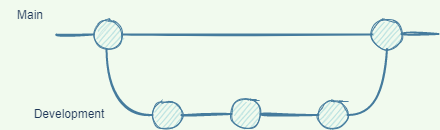
Before: images/git_workflow_diagram.png, a diagram exported from draw.io (gigibirdy/python_spark). Source tidied: cells renumbered, new cells last; positions are measured from the earlier drawing's top-left corner, leaving out a move shared by most shapes.
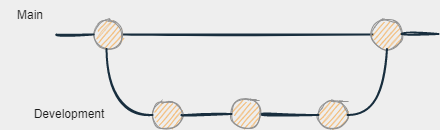
Above is the later version.

Diff of the diagram source:
```diff
@@ -1,44 +1,44 @@
-<mxGraphModel background="#F1FAEE">
+<mxGraphModel background="#EEEEEE">
   <root>
     <mxCell id="0" />
     <mxCell id="1" parent="0" />
-    <mxCell id="2" style="endArrow=none;html=1;rounded=0;strokeColor=#457B9D;startArrow=none;strokeWidth=2;labelBackgroundColor=#F1FAEE;fontColor=#1D3557;sketch=1;curved=1;entryX=0;entryY=0.5;entryDx=0;entryDy=0;" parent="1" edge="1" source="3" target="7">
+    <mxCell id="2" style="endArrow=none;html=1;rounded=0;strokeColor=#182E3E;startArrow=none;strokeWidth=2;labelBackgroundColor=#EEEEEE;fontColor=#1A1A1A;sketch=1;curved=1;entryX=0;entryY=0.5;entryDx=0;entryDy=0;" parent="1" edge="1" source="3" target="7">
       <mxGeometry relative="1" as="geometry" />
     </mxCell>
-    <mxCell id="3" style="ellipse;whiteSpace=wrap;html=1;fillColor=#A8DADC;strokeColor=#457B9D;fontColor=#1D3557;rounded=0;sketch=1;" parent="1" vertex="1">
+    <mxCell id="3" style="ellipse;whiteSpace=wrap;html=1;fillColor=#F5AB50;strokeColor=#909090;fontColor=#1A1A1A;rounded=0;sketch=1;" parent="1" vertex="1">
       <mxGeometry x="93" y="19.5" width="29" height="29" as="geometry" />
     </mxCell>
-    <mxCell id="4" style="endArrow=none;html=1;rounded=0;strokeColor=#457B9D;strokeWidth=2;labelBackgroundColor=#F1FAEE;fontColor=#1D3557;sketch=1;curved=1;" parent="1" edge="1" target="3">
+    <mxCell id="4" style="endArrow=none;html=1;rounded=0;strokeColor=#182E3E;strokeWidth=2;labelBackgroundColor=#EEEEEE;fontColor=#1A1A1A;sketch=1;curved=1;" parent="1" edge="1" target="3">
       <mxGeometry relative="1" as="geometry">
         <mxPoint x="56" y="34" as="sourcePoint" />
       </mxGeometry>
     </mxCell>
-    <mxCell id="5" value="Development" style="text;html=1;strokeColor=none;fillColor=none;align=center;verticalAlign=middle;whiteSpace=wrap;rounded=0;fontColor=#1D3557;sketch=1;" parent="1" vertex="1">
+    <mxCell id="5" value="Development" style="text;html=1;strokeColor=none;fillColor=none;align=center;verticalAlign=middle;whiteSpace=wrap;rounded=0;fontColor=#1A1A1A;sketch=1;" parent="1" vertex="1">
       <mxGeometry x="39" y="99" width="60" height="30" as="geometry" />
     </mxCell>
-    <mxCell id="6" value="Main" style="text;html=1;strokeColor=none;fillColor=none;align=center;verticalAlign=middle;whiteSpace=wrap;rounded=0;fontColor=#1D3557;sketch=1;" parent="1" vertex="1">
+    <mxCell id="6" value="Main" style="text;html=1;strokeColor=none;fillColor=none;align=center;verticalAlign=middle;whiteSpace=wrap;rounded=0;fontColor=#1A1A1A;sketch=1;" parent="1" vertex="1">
       <mxGeometry width="60" height="30" as="geometry" />
     </mxCell>
-    <mxCell id="7" style="ellipse;whiteSpace=wrap;html=1;fillColor=#A8DADC;strokeColor=#457B9D;fontColor=#1D3557;rounded=0;sketch=1;" parent="1" vertex="1">
+    <mxCell id="7" style="ellipse;whiteSpace=wrap;html=1;fillColor=#F5AB50;strokeColor=#909090;fontColor=#1A1A1A;rounded=0;sketch=1;" parent="1" vertex="1">
       <mxGeometry x="372" y="19.5" width="29" height="29" as="geometry" />
     </mxCell>
-    <mxCell id="8" style="ellipse;whiteSpace=wrap;html=1;fillColor=#A8DADC;strokeColor=#457B9D;fontColor=#1D3557;rounded=0;sketch=1;" parent="1" vertex="1">
+    <mxCell id="8" style="ellipse;whiteSpace=wrap;html=1;fillColor=#F5AB50;strokeColor=#909090;fontColor=#1A1A1A;rounded=0;sketch=1;" parent="1" vertex="1">
       <mxGeometry x="152" y="100" width="29" height="29" as="geometry" />
     </mxCell>
-    <mxCell id="9" style="ellipse;whiteSpace=wrap;html=1;fillColor=#A8DADC;strokeColor=#457B9D;fontColor=#1D3557;rounded=0;sketch=1;" parent="1" vertex="1">
+    <mxCell id="9" style="ellipse;whiteSpace=wrap;html=1;fillColor=#F5AB50;strokeColor=#909090;fontColor=#1A1A1A;rounded=0;sketch=1;" parent="1" vertex="1">
       <mxGeometry x="318" y="100" width="29" height="29" as="geometry" />
     </mxCell>
-    <mxCell id="10" style="endArrow=none;html=1;strokeColor=#457B9D;strokeWidth=2;jumpSize=3;exitX=1;exitY=0.5;exitDx=0;exitDy=0;entryX=0;entryY=0.5;entryDx=0;entryDy=0;startArrow=none;labelBackgroundColor=#F1FAEE;fontColor=#1D3557;sketch=1;curved=1;rounded=0;" parent="1" edge="1" source="13" target="9">
+    <mxCell id="10" style="endArrow=none;html=1;strokeColor=#182E3E;strokeWidth=2;jumpSize=3;exitX=1;exitY=0.5;exitDx=0;exitDy=0;entryX=0;entryY=0.5;entryDx=0;entryDy=0;startArrow=none;labelBackgroundColor=#EEEEEE;fontColor=#1A1A1A;sketch=1;curved=1;rounded=0;" parent="1" edge="1" source="13" target="9">
       <mxGeometry relative="1" as="geometry" />
     </mxCell>
-    <mxCell id="11" style="endArrow=none;html=1;rounded=0;strokeWidth=2;entryX=0.5;entryY=1;entryDx=0;entryDy=0;exitX=1;exitY=0.5;exitDx=0;exitDy=0;labelBackgroundColor=#F1FAEE;strokeColor=#457B9D;fontColor=#1D3557;sketch=1;curved=1;" parent="1" edge="1" source="9" target="7">
+    <mxCell id="11" style="endArrow=none;html=1;rounded=0;strokeWidth=2;entryX=0.5;entryY=1;entryDx=0;entryDy=0;exitX=1;exitY=0.5;exitDx=0;exitDy=0;labelBackgroundColor=#EEEEEE;strokeColor=#182E3E;fontColor=#1A1A1A;sketch=1;curved=1;" parent="1" edge="1" source="9" target="7">
       <mxGeometry relative="1" as="geometry">
         <Array as="points">
           <mxPoint x="383" y="115" />
         </Array>
       </mxGeometry>
     </mxCell>
-    <mxCell id="12" style="endArrow=none;html=1;rounded=0;strokeWidth=2;entryX=0.5;entryY=1;entryDx=0;entryDy=0;exitX=0;exitY=0.5;exitDx=0;exitDy=0;labelBackgroundColor=#F1FAEE;strokeColor=#457B9D;fontColor=#1D3557;sketch=1;curved=1;" parent="1" edge="1" source="8">
+    <mxCell id="12" style="endArrow=none;html=1;rounded=0;strokeWidth=2;entryX=0.5;entryY=1;entryDx=0;entryDy=0;exitX=0;exitY=0.5;exitDx=0;exitDy=0;labelBackgroundColor=#EEEEEE;strokeColor=#182E3E;fontColor=#1A1A1A;sketch=1;curved=1;" parent="1" edge="1" source="8">
       <mxGeometry relative="1" as="geometry">
         <mxPoint x="106" y="48.5" as="targetPoint" />
         <Array as="points">
@@ -46,13 +46,13 @@
         </Array>
       </mxGeometry>
     </mxCell>
-    <mxCell id="13" style="ellipse;whiteSpace=wrap;html=1;fillColor=#A8DADC;strokeColor=#457B9D;fontColor=#1D3557;rounded=0;sketch=1;" parent="1" vertex="1">
+    <mxCell id="13" style="ellipse;whiteSpace=wrap;html=1;fillColor=#F5AB50;strokeColor=#909090;fontColor=#1A1A1A;rounded=0;sketch=1;" parent="1" vertex="1">
       <mxGeometry x="231" y="99" width="29" height="29" as="geometry" />
     </mxCell>
-    <mxCell id="14" style="endArrow=none;html=1;strokeColor=#457B9D;strokeWidth=2;jumpSize=3;exitX=1;exitY=0.5;exitDx=0;exitDy=0;entryX=0;entryY=0.5;entryDx=0;entryDy=0;labelBackgroundColor=#F1FAEE;fontColor=#1D3557;sketch=1;curved=1;rounded=0;" parent="1" edge="1" source="8" target="13">
+    <mxCell id="14" style="endArrow=none;html=1;strokeColor=#182E3E;strokeWidth=2;jumpSize=3;exitX=1;exitY=0.5;exitDx=0;exitDy=0;entryX=0;entryY=0.5;entryDx=0;entryDy=0;labelBackgroundColor=#EEEEEE;fontColor=#1A1A1A;sketch=1;curved=1;rounded=0;" parent="1" edge="1" source="8" target="13">
       <mxGeometry relative="1" as="geometry" />
     </mxCell>
-    <mxCell id="15" style="endArrow=none;html=1;rounded=0;strokeColor=#457B9D;strokeWidth=2;labelBackgroundColor=#F1FAEE;fontColor=#1D3557;sketch=1;curved=1;" parent="1" edge="1">
+    <mxCell id="15" style="endArrow=none;html=1;rounded=0;strokeColor=#182E3E;strokeWidth=2;labelBackgroundColor=#EEEEEE;fontColor=#1A1A1A;sketch=1;curved=1;" parent="1" edge="1">
       <mxGeometry relative="1" as="geometry">
         <mxPoint x="401" y="33.5" as="sourcePoint" />
         <mxPoint x="438" y="33.5" as="targetPoint" />
```
